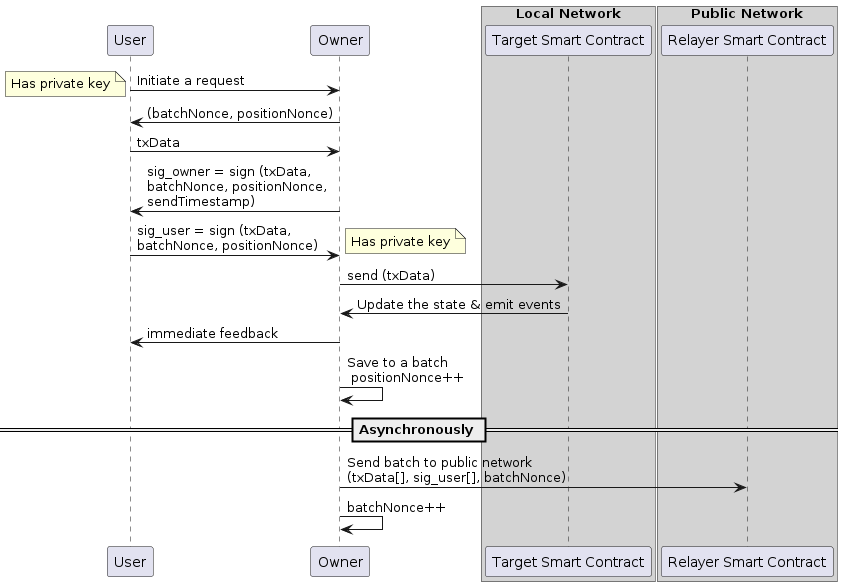
This is out/UMLs/system/system.png from ollie041114/account-abstraction-test, a PlantUML export, as it was before one commit.
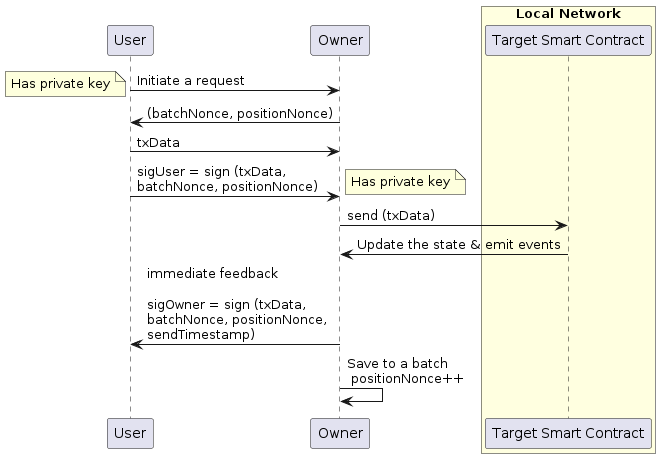
The same diagram one commit later.

Change to the diagram source:
```diff
@@ -1,15 +1,12 @@
 @startuml system
 skinparam maxMessageSize 220
+skinparam SequenceGroupBodyBackgroundColor #FFFFFF90
 
 participant User
 participant Owner
 
-box "Local Network" #LightGray
+box "Local Network" #LightYellow
 participant "Target Smart Contract" as LocalBlockchain
-end box
-
-box "Public Network" #LightGray
-participant "Relayer Smart Contract" as PublicRelayer
 end box
 
 
@@ -18,23 +15,17 @@
 Owner -> User : (batchNonce, positionNonce)
 
 User -> Owner : txData
-
-
-Owner -> User : sig_owner = sign (txData, batchNonce, positionNonce, sendTimestamp)
-User -> Owner : sig_user = sign (txData, batchNonce, positionNonce)
+User -> Owner : sigUser = sign (txData, batchNonce, positionNonce)
 
 note right : Has private key
 
 Owner -> LocalBlockchain : send (txData)
 LocalBlockchain -> Owner : Update the state & emit events
-Owner -> User : immediate feedback
+Owner -> User : immediate feedback \n\nsigOwner = sign (txData, batchNonce, positionNonce, sendTimestamp)
+
+
 Owner -> Owner : Save to a batch \n positionNonce++
 
 
-== Asynchronously ==
-box Asynchronously
-Owner -> PublicRelayer : Send batch to public network (txData[], sig_user[], batchNonce)
-Owner -> Owner : batchNonce++
-end box
 
-@enduml
+@endumld
```
